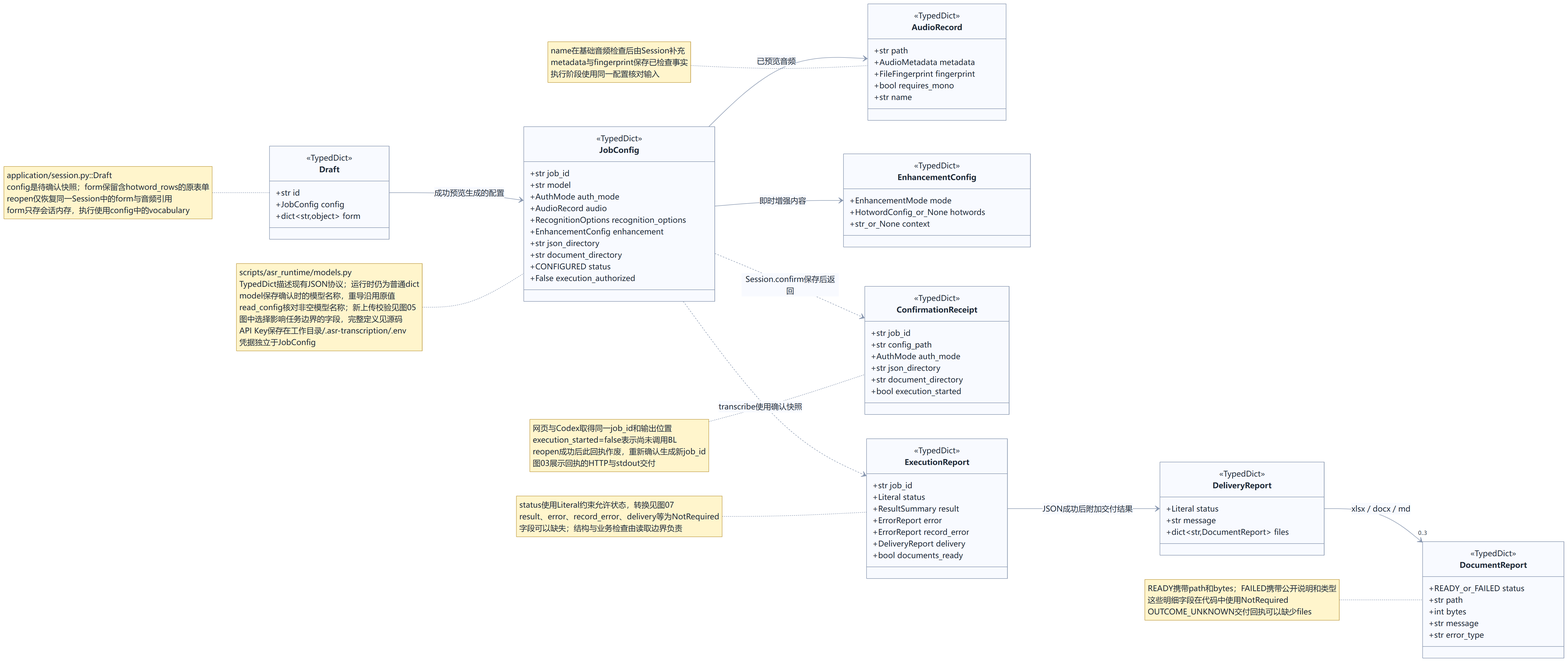
The Mermaid diagram doc/uml/01c-protocol.png in hx101700/asr-agent, before a commit. Its source is kept beside it as doc/uml/01c-protocol.mmd.
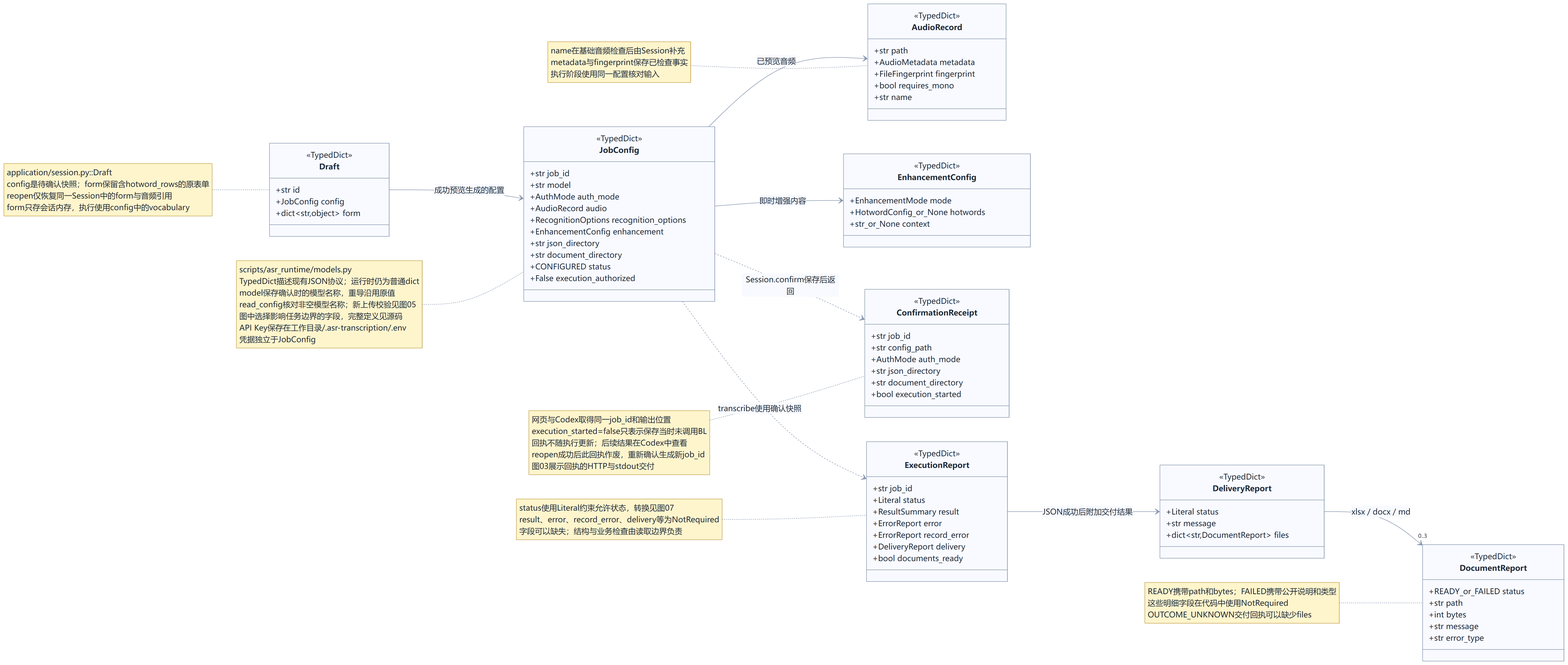
The same file after the commit.

Diff of the diagram source:
```diff
@@ -76,6 +76,6 @@
 note for Draft "application/session.py::Draft<br/>config是待确认快照；form保留含hotword_rows的原表单<br/>reopen仅恢复同一Session中的form与音频引用<br/>form只存会话内存，执行使用config中的vocabulary"
 note for JobConfig "scripts/asr_runtime/models.py<br/>TypedDict描述现有JSON协议；运行时仍为普通dict<br/>model保存确认时的模型名称，重导沿用原值<br/>read_config核对非空模型名称；新上传校验见图05<br/>图中选择影响任务边界的字段，完整定义见源码<br/>API Key保存在工作目录/.asr-transcription/.env<br/>凭据独立于JobConfig"
 note for AudioRecord "name在基础音频检查后由Session补充<br/>metadata与fingerprint保存已检查事实<br/>执行阶段使用同一配置核对输入"
-note for ConfirmationReceipt "网页与Codex取得同一job_id和输出位置<br/>execution_started=false表示尚未调用BL<br/>reopen成功后此回执作废，重新确认生成新job_id<br/>图03展示回执的HTTP与stdout交付"
+note for ConfirmationReceipt "网页与Codex取得同一job_id和输出位置<br/>execution_started=false只表示保存当时未调用BL<br/>回执不随执行更新；后续结果在Codex中查看<br/>reopen成功后此回执作废，重新确认生成新job_id<br/>图03展示回执的HTTP与stdout交付"
 note for ExecutionReport "status使用Literal约束允许状态，转换见图07<br/>result、error、record_error、delivery等为NotRequired<br/>字段可以缺失；结构与业务检查由读取边界负责"
 note for DocumentReport "READY携带path和bytes；FAILED携带公开说明和类型<br/>这些明细字段在代码中使用NotRequired<br/>OUTCOME_UNKNOWN交付回执可以缺少files"
```
